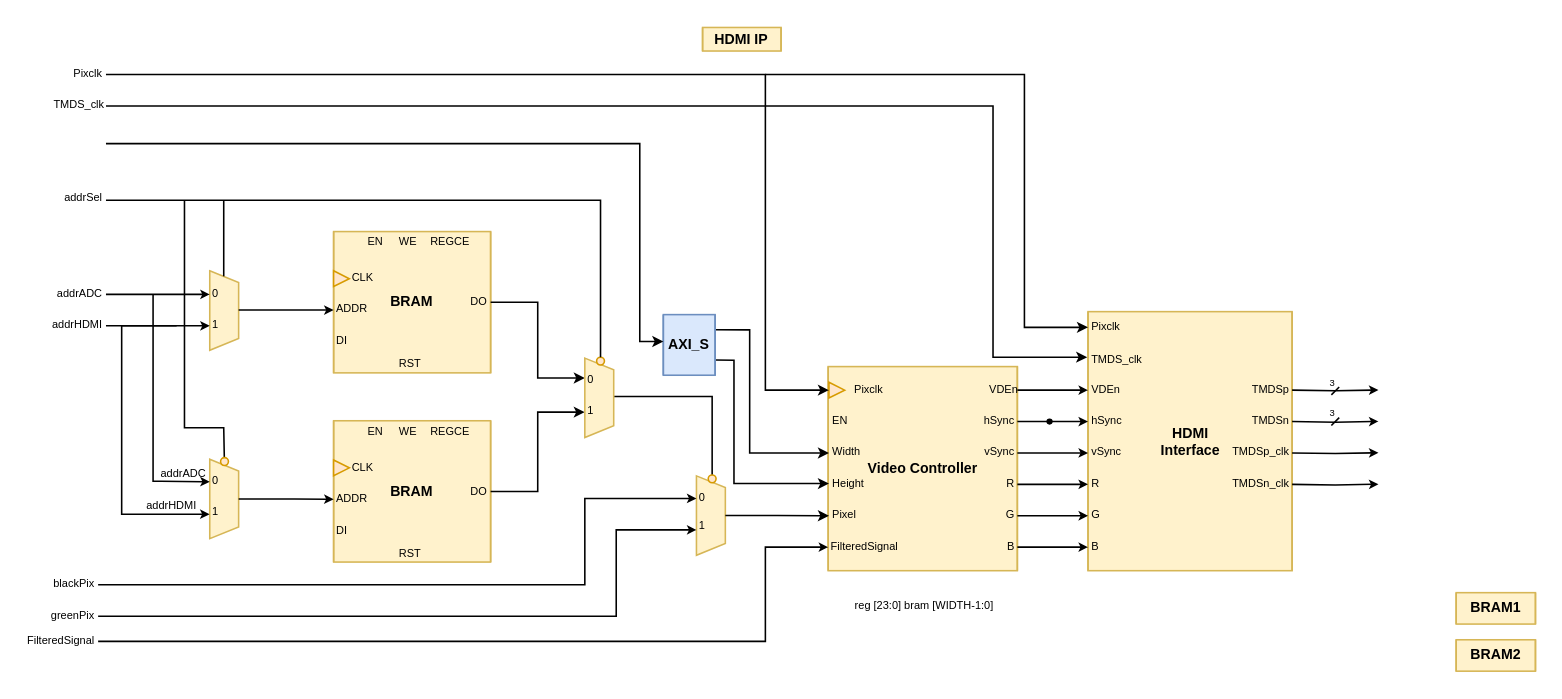
ESRGgroup9/oscilloscope_fpga keeps this draw.io diagram as page "HDMI_IP_v2" (9 of 9) of design/BlockDiagram.drawio. Above is the earlier version. Source tidied: cells renumbered, new cells numbered last; positions are measured from the earlier drawing's top-left corner, leaving out a move shared by most shapes. Both pictures are drawn from the tidied source at 157%, with x=0, y=0 at pixel (42, 27).
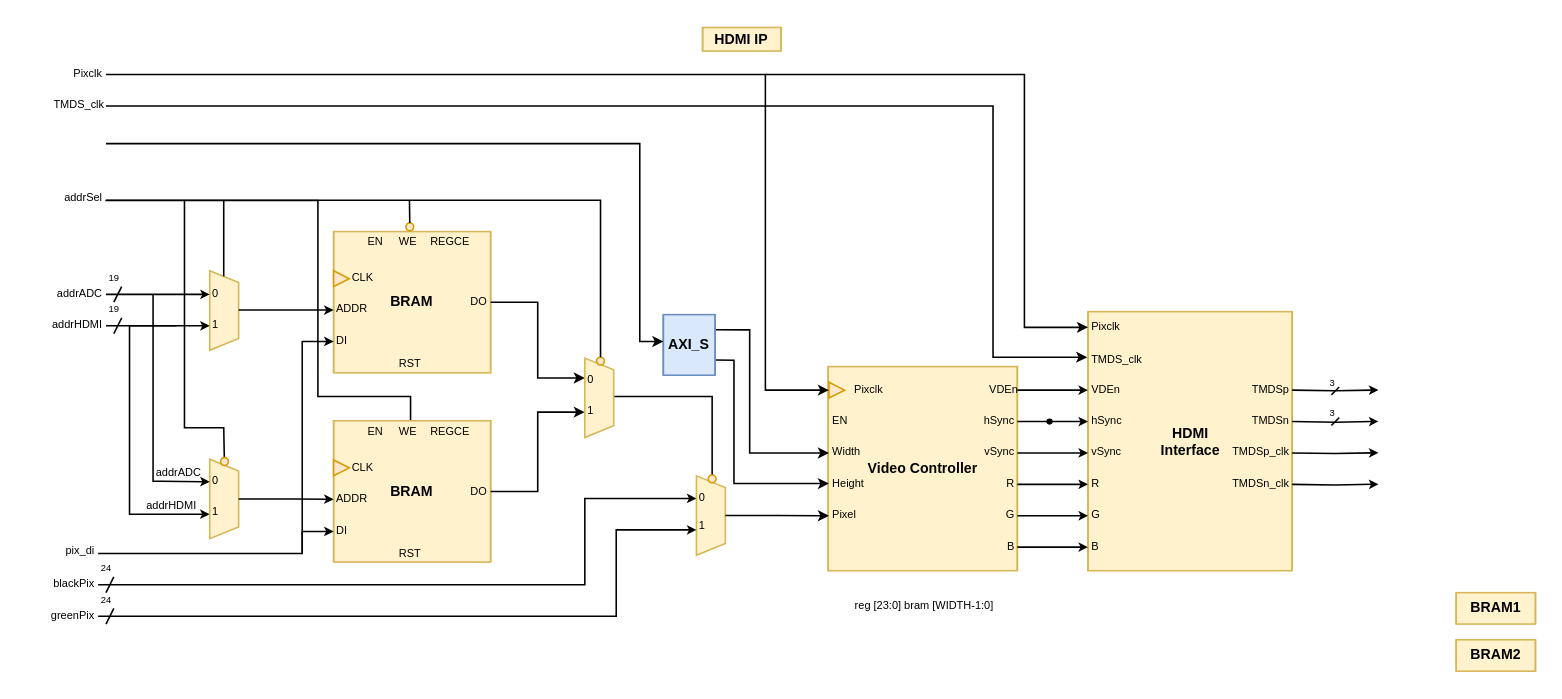
The same diagram, later.

The change refers to these unchanged cells:
```xml
<mxCell id="48" style="group;" parent="1" vertex="1">
  <mxGeometry x="185" y="124.5" width="100" height="100.5" as="geometry" />
</mxCell>
<mxCell id="53" value="DI" style="text;html=1;strokeColor=none;fillColor=none;align=left;verticalAlign=middle;whiteSpace=wrap;rounded=0;fontSize=7;" parent="48" vertex="1">
  <mxGeometry y="65.5" width="20" height="20" as="geometry" />
</mxCell>
<mxCell id="64" value="DI" style="text;html=1;strokeColor=none;fillColor=none;align=left;verticalAlign=middle;whiteSpace=wrap;rounded=0;fontSize=7;" parent="59" vertex="1">
  <mxGeometry y="65.5" width="20" height="20" as="geometry" />
</mxCell>
<mxCell id="98" value="addrSel" style="text;html=1;strokeColor=none;fillColor=none;align=right;verticalAlign=middle;whiteSpace=wrap;rounded=0;fontSize=7;" parent="1" vertex="1">
  <mxGeometry x="5" y="98.5" width="35" height="20" as="geometry" />
</mxCell>
```

The edit, as a diff of the source:
```diff
@@
-    <mxCell id="28" value="FilteredSignal" style="text;html=1;strokeColor=none;fillColor=none;align=left;verticalAlign=middle;whiteSpace=wrap;rounded=0;fontSize=7;" parent="1" vertex="1">
-      <mxGeometry x="500" y="321" width="20" height="20" as="geometry" />
-    </mxCell>
@@
+    <mxCell id="120" style="ellipse;whiteSpace=wrap;html=1;fillColor=#ffe6cc;strokeColor=#d79b00;" parent="48" vertex="1">
+      <mxGeometry x="46" width="5" height="5" as="geometry" />
+    </mxCell>
+    <mxCell id="121" style="endArrow=none;html=1;rounded=0;exitX=0.5;exitY=0;exitDx=0;exitDy=0;" parent="48" edge="1" source="120">
+      <mxGeometry relative="1" as="geometry">
+        <mxPoint x="48.3" y="-14.5" as="targetPoint" />
+      </mxGeometry>
+    </mxCell>
@@
     <mxCell id="91" style="edgeStyle=orthogonalEdgeStyle;rounded=0;orthogonalLoop=1;jettySize=auto;html=1;exitX=0;exitY=0.5;exitDx=0;exitDy=0;endSize=3;" parent="1" edge="1">
       <mxGeometry relative="1" as="geometry">
         <mxPoint x="85" y="190" as="sourcePoint" />
         <mxPoint x="106" y="310" as="targetPoint" />
         <Array as="points">
-          <mxPoint x="50" y="190" />
-          <mxPoint x="50" y="310" />
+          <mxPoint x="55" y="190" />
+          <mxPoint x="55" y="310" />
         </Array>
       </mxGeometry>
     </mxCell>
@@
     <mxCell id="94" value="addrADC" style="text;html=1;strokeColor=none;fillColor=none;align=right;verticalAlign=middle;whiteSpace=wrap;rounded=0;fontSize=7;" parent="1" vertex="1">
-      <mxGeometry x="71.1" y="275" width="35" height="20" as="geometry" />
+      <mxGeometry x="68.1" y="274" width="35" height="20" as="geometry" />
     </mxCell>
@@
-    <mxCell id="118" style="edgeStyle=orthogonalEdgeStyle;rounded=0;jettySize=auto;html=1;endSize=3;entryX=0;entryY=0.5;entryDx=0;entryDy=0;exitX=1;exitY=0.5;exitDx=0;exitDy=0;" parent="1" edge="1" source="119" target="28">
-      <mxGeometry relative="1" as="geometry">
-        <Array as="points">
-          <mxPoint x="35" y="391" />
-          <mxPoint x="460" y="391" />
-          <mxPoint x="460" y="331" />
-        </Array>
-      </mxGeometry>
-    </mxCell>
-    <mxCell id="119" value="FilteredSignal" style="text;html=1;strokeColor=none;fillColor=none;align=right;verticalAlign=middle;whiteSpace=wrap;rounded=0;fontSize=7;" parent="1" vertex="1">
-      <mxGeometry y="381" width="35" height="20" as="geometry" />
-    </mxCell>
+    <mxCell id="122" style="edgeStyle=orthogonalEdgeStyle;rounded=0;jettySize=auto;html=1;endSize=3;" parent="1" edge="1" target="64">
+      <mxGeometry relative="1" as="geometry">
+        <mxPoint x="35" y="335" as="sourcePoint" />
+        <Array as="points">
+          <mxPoint x="35" y="335" />
+          <mxPoint x="165" y="335" />
+          <mxPoint x="165" y="321" />
+        </Array>
+      </mxGeometry>
+    </mxCell>
+    <mxCell id="123" value="pix_di" style="text;html=1;strokeColor=none;fillColor=none;align=right;verticalAlign=middle;whiteSpace=wrap;rounded=0;fontSize=7;" parent="1" vertex="1">
+      <mxGeometry y="324" width="35" height="20" as="geometry" />
+    </mxCell>
+    <mxCell id="124" style="edgeStyle=orthogonalEdgeStyle;rounded=0;jettySize=auto;html=1;endSize=3;entryX=0;entryY=0.5;entryDx=0;entryDy=0;" parent="1" edge="1" target="53">
+      <mxGeometry relative="1" as="geometry">
+        <mxPoint x="165" y="335" as="sourcePoint" />
+        <Array as="points">
+          <mxPoint x="165" y="335" />
+          <mxPoint x="165" y="200" />
+        </Array>
+      </mxGeometry>
+    </mxCell>
+    <mxCell id="125" style="endArrow=none;html=1;rounded=0;entryX=0.5;entryY=0;entryDx=0;entryDy=0;edgeStyle=orthogonalEdgeStyle;exitX=0.989;exitY=0.584;exitDx=0;exitDy=0;exitPerimeter=0;" parent="1" edge="1" source="98">
+      <mxGeometry relative="1" as="geometry">
+        <mxPoint x="234" y="250" as="targetPoint" />
+        <Array as="points">
+          <mxPoint x="175" y="110" />
+          <mxPoint x="175" y="235" />
+          <mxPoint x="234" y="235" />
+        </Array>
+      </mxGeometry>
+    </mxCell>
+    <mxCell id="126" value="19" style="endArrow=none;html=1;rounded=0;fontSize=6;startSize=6;strokeWidth=1;jumpSize=5;labelBackgroundColor=none;" parent="1" edge="1">
+      <mxGeometry x="1" y="7" relative="1" as="geometry">
+        <mxPoint x="45" y="175" as="sourcePoint" />
+        <mxPoint x="50" y="165" as="targetPoint" />
+        <mxPoint x="1" y="-2" as="offset" />
+      </mxGeometry>
+    </mxCell>
+    <mxCell id="127" value="19" style="endArrow=none;html=1;rounded=0;fontSize=6;startSize=6;strokeWidth=1;jumpSize=5;labelBackgroundColor=none;" parent="1" edge="1">
+      <mxGeometry x="1" y="7" relative="1" as="geometry">
+        <mxPoint x="45" y="195" as="sourcePoint" />
+        <mxPoint x="50" y="185" as="targetPoint" />
+        <mxPoint x="1" y="-2" as="offset" />
+      </mxGeometry>
+    </mxCell>
+    <mxCell id="128" value="24" style="endArrow=none;html=1;rounded=0;fontSize=6;startSize=6;strokeWidth=1;jumpSize=5;labelBackgroundColor=none;" parent="1" edge="1">
+      <mxGeometry x="1" y="7" relative="1" as="geometry">
+        <mxPoint x="40" y="360" as="sourcePoint" />
+        <mxPoint x="45" y="350" as="targetPoint" />
+        <mxPoint x="1" y="-2" as="offset" />
+      </mxGeometry>
+    </mxCell>
+    <mxCell id="129" value="24" style="endArrow=none;html=1;rounded=0;fontSize=6;startSize=6;strokeWidth=1;jumpSize=5;labelBackgroundColor=none;" parent="1" edge="1">
+      <mxGeometry x="1" y="7" relative="1" as="geometry">
+        <mxPoint x="40" y="380" as="sourcePoint" />
+        <mxPoint x="45" y="370" as="targetPoint" />
+        <mxPoint x="1" y="-2" as="offset" />
+      </mxGeometry>
+    </mxCell>
```
